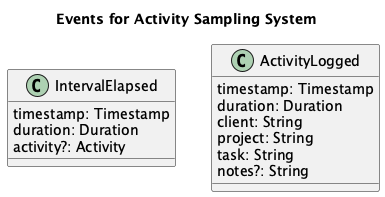
Above: doc/events.png in falkoschumann/activity-sampling (PlantUML), before the change. Its diagram source:
```plantuml
@startuml

title "Events for Activity Sampling System"

class IntervalElapsed {
  timestamp: Timestamp
  duration: Duration
  activity?: Activity
}

class ActivityLogged {
  timestamp: Timestamp
  duration: Duration
  client: String
  project: String
  task: String
  notes?: String
}

@enduml
```
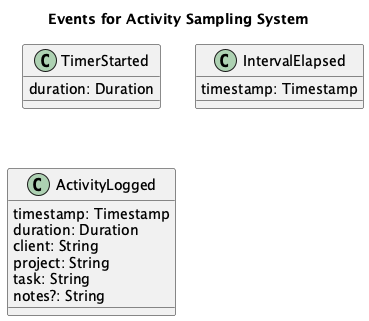
Above is the later version.

Commit message:
docs: refine events

Change to the diagram source:
```diff
@@ -2,10 +2,12 @@
 
 title "Events for Activity Sampling System"
 
+class TimerStarted {
+  duration: Duration
+}
+
 class IntervalElapsed {
   timestamp: Timestamp
-  duration: Duration
-  activity?: Activity
 }
 
 class ActivityLogged {
```
